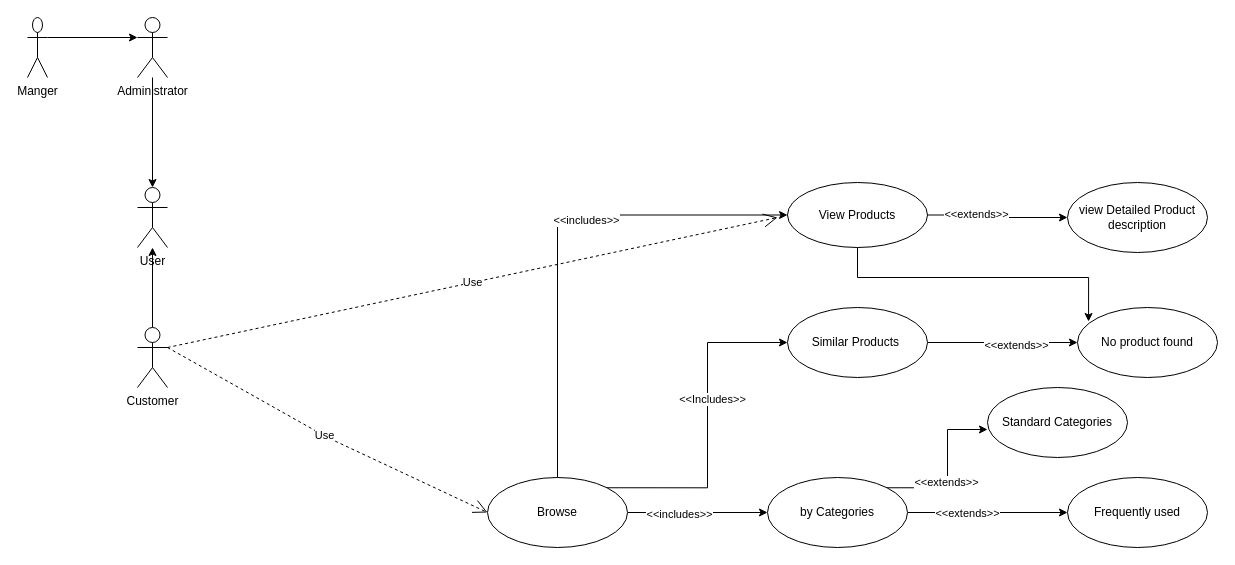
The draw.io diagram Untitled Diagram.drawio in Swaraj-Bharti/softwarearchitectcert, before the edit. Source tidied: cells renumbered, new cells numbered last; positions are measured from the earlier drawing's top-left corner, leaving out a move shared by most shapes. Both pictures are drawn from the tidied source at 100%, with x=0, y=0 at pixel (27, 17).
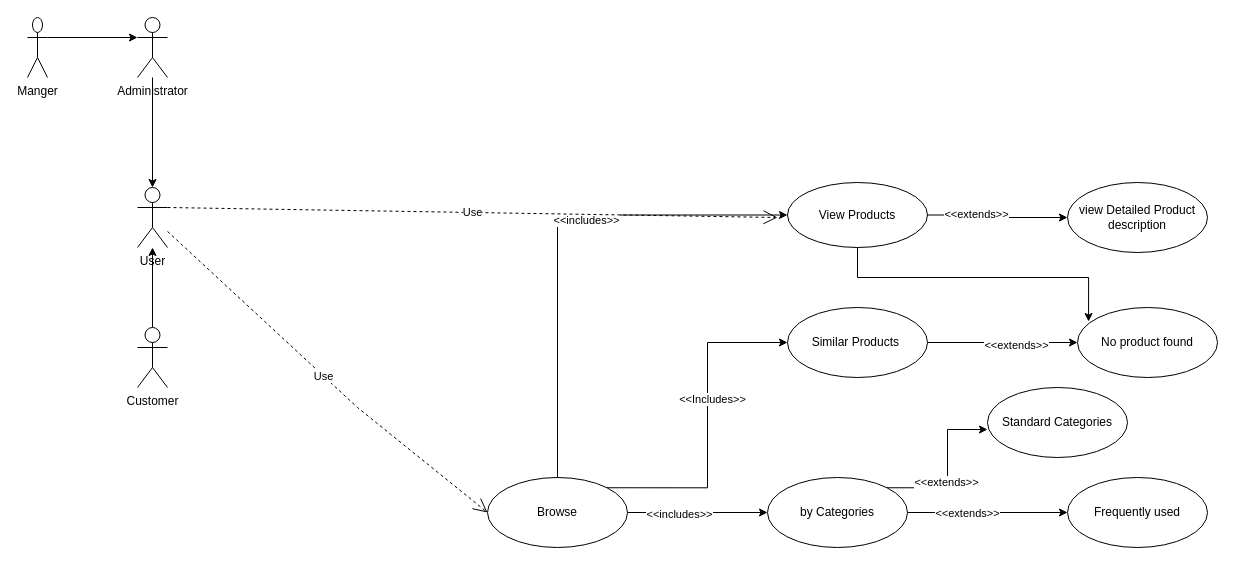
Above is the later version.

Unchanged cells that the change refers to:
```xml
<mxCell id="2" value="User&lt;br&gt;" style="shape=umlActor;verticalLabelPosition=bottom;verticalAlign=top;html=1;" parent="1" vertex="1">
  <mxGeometry x="110" y="170" width="30" height="60" as="geometry" />
</mxCell>
<mxCell id="15" value="Browse" style="ellipse;whiteSpace=wrap;html=1;" parent="1" vertex="1">
  <mxGeometry x="460" y="460" width="140" height="70" as="geometry" />
</mxCell>
```

The edit, as a diff of the source:
```diff
@@
-    <mxCell id="16" value="Use" style="endArrow=open;endSize=12;dashed=1;html=1;rounded=0;entryX=0;entryY=0.5;entryDx=0;entryDy=0;" parent="1" edge="1" target="15">
+    <mxCell id="16" value="Use" style="endArrow=open;endSize=12;dashed=1;html=1;rounded=0;entryX=0;entryY=0.5;entryDx=0;entryDy=0;" parent="1" edge="1" source="2" target="15">
       <mxGeometry relative="1" as="geometry">
-        <mxPoint x="140" y="330" as="sourcePoint" />
         <Array as="points">
-          <mxPoint x="300" y="420" />
+          <mxPoint x="330" y="390" />
         </Array>
       </mxGeometry>
     </mxCell>
@@
-    <mxCell id="33" value="Use" style="endArrow=open;endSize=12;dashed=1;html=1;rounded=0;" parent="1" edge="1">
+    <mxCell id="33" value="Use" style="endArrow=open;endSize=12;dashed=1;html=1;rounded=0;exitX=1;exitY=0.3333333333333333;exitDx=0;exitDy=0;exitPerimeter=0;" parent="1" edge="1" source="2">
       <mxGeometry relative="1" as="geometry">
-        <mxPoint x="140" y="330" as="sourcePoint" />
         <mxPoint x="750" y="200" as="targetPoint" />
       </mxGeometry>
     </mxCell>
```
